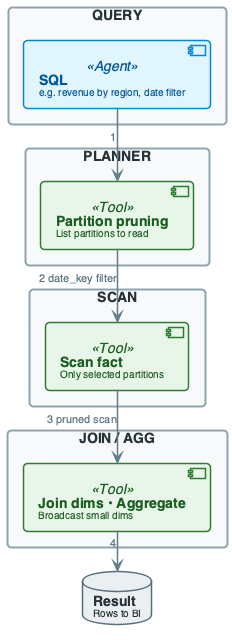
Before: diagrams/week05/week5_lecture_slide22_query_flow.png, a diagram exported from PlantUML (OrPerets/data-engineering-course).
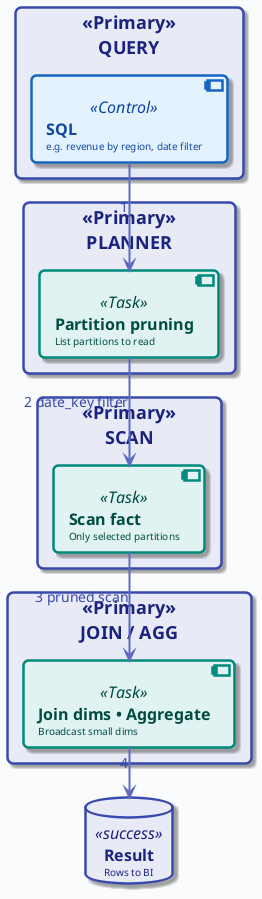
The same diagram one commit later.

The edit, as a diff of the source:
```diff
@@ -1,140 +1,26 @@
 @startuml
 
+!include ../_template_styles.puml
+
 top to bottom direction
-skinparam linetype ortho
-skinparam shadowing false
-skinparam roundcorner 8
-skinparam handwritten false
-skinparam nodesep 60
-skinparam ranksep 40
 
-skinparam defaultFontName "Segoe UI, Helvetica, sans-serif"
-skinparam defaultFontSize 16
-skinparam defaultFontColor #2C3E50
-
-skinparam rectangle {
-    BackgroundColor #F8F9FA
-    BorderColor #90A4AE
-    BorderThickness 2
-    FontColor #263238
-    FontSize 14
-    FontStyle bold
-    Padding 20
+rectangle "QUERY" <<Primary>> {
+    component "**SQL**\n<size:10>e.g. revenue by region, date filter</size>" as SQL <<Control>>
 }
 
-skinparam component {
-    BackgroundColor #FFFFFF
-    BorderColor #78909C
-    BorderThickness 1.5
-    FontSize 14
-    Padding 12
+rectangle "PLANNER" <<Primary>> {
+    component "**Partition pruning**\n<size:10>List partitions to read</size>" as PRUNE <<Task>>
 }
 
-skinparam database {
-    BackgroundColor #ECEFF1
-    BorderColor #546E7A
-    BorderThickness 1.5
-    FontSize 14
-    FontColor #263238
+rectangle "SCAN" <<Primary>> {
+    component "**Scan fact**\n<size:10>Only selected partitions</size>" as SCAN1 <<Task>>
 }
 
-skinparam arrow {
-    Color #607D8B
-    Thickness 1.5
-    FontSize 11
-    FontColor #546E7A
+rectangle "JOIN / AGG" <<Primary>> {
+    component "**Join dims • Aggregate**\n<size:10>Broadcast small dims</size>" as JOIN <<Task>>
 }
 
-skinparam component<<UI>> {
-    BorderColor #8E24AA
-    BackgroundColor #F3E5F5
-    FontColor #4A148C
-}
-
-skinparam component<<Agent>> {
-    BorderColor #0288D1
-    BackgroundColor #E1F5FE
-    FontColor #01579B
-}
-
-skinparam component<<Tool>> {
-    BorderColor #2E7D32
-    BackgroundColor #E8F5E9
-    FontColor #1B5E20
-}
-
-skinparam component<<Config>> {
-    BorderColor #F57C00
-    BackgroundColor #FFF3E0
-    FontColor #E65100
-}
-
-skinparam component<<Bad>> {
-    BorderColor #C62828
-    BackgroundColor #FFEBEE
-    FontColor #B71C1C
-}
-
-skinparam component<<V1>> {
-    BorderColor #F57C00
-    BackgroundColor #FFF3E0
-    FontColor #E65100
-}
-
-skinparam component<<V2>> {
-    BorderColor #2E7D32
-    BackgroundColor #E8F5E9
-    FontColor #1B5E20
-}
-
-skinparam component<<up>> {
-    BackgroundColor #E8F5E9
-    BorderColor #2E7D32
-}
-
-skinparam component<<down>> {
-    BackgroundColor #FFEBEE
-    BorderColor #C62828
-}
-
-skinparam database<<up>> {
-    BackgroundColor #E8F5E9
-    BorderColor #2E7D32
-}
-
-skinparam database<<down>> {
-    BackgroundColor #FFEBEE
-    BorderColor #C62828
-}
-
-skinparam component<<success>> {
-    BackgroundColor #E8F5E9
-    BorderColor #2E7D32
-}
-
-skinparam component<<failure>> {
-    BackgroundColor #FFEBEE
-    BorderColor #C62828
-}
-
-
-rectangle "QUERY" #F8F9FA {
-    component "**SQL**\n<size:10>e.g. revenue by region, date filter</size>" as SQL <<Agent>>
-}
-
-rectangle "PLANNER" #F8F9FA {
-    component "**Partition pruning**\n<size:10>List partitions to read</size>" as PRUNE <<Tool>>
-}
-
-rectangle "SCAN" #F8F9FA {
-    component "**Scan fact**\n<size:10>Only selected partitions</size>" as SCAN1 <<Tool>>
-}
-
-rectangle "JOIN / AGG" #F8F9FA {
-    component "**Join dims • Aggregate**\n<size:10>Broadcast small dims</size>" as JOIN <<Tool>>
-}
-
-database "**Result**\n<size:10>Rows to BI</size>" as RESULT
+database "**Result**\n<size:10>Rows to BI</size>" as RESULT <<success>>
 
 SQL --> PRUNE : "1"
 PRUNE --> SCAN1 : "2 date_key filter"
```
